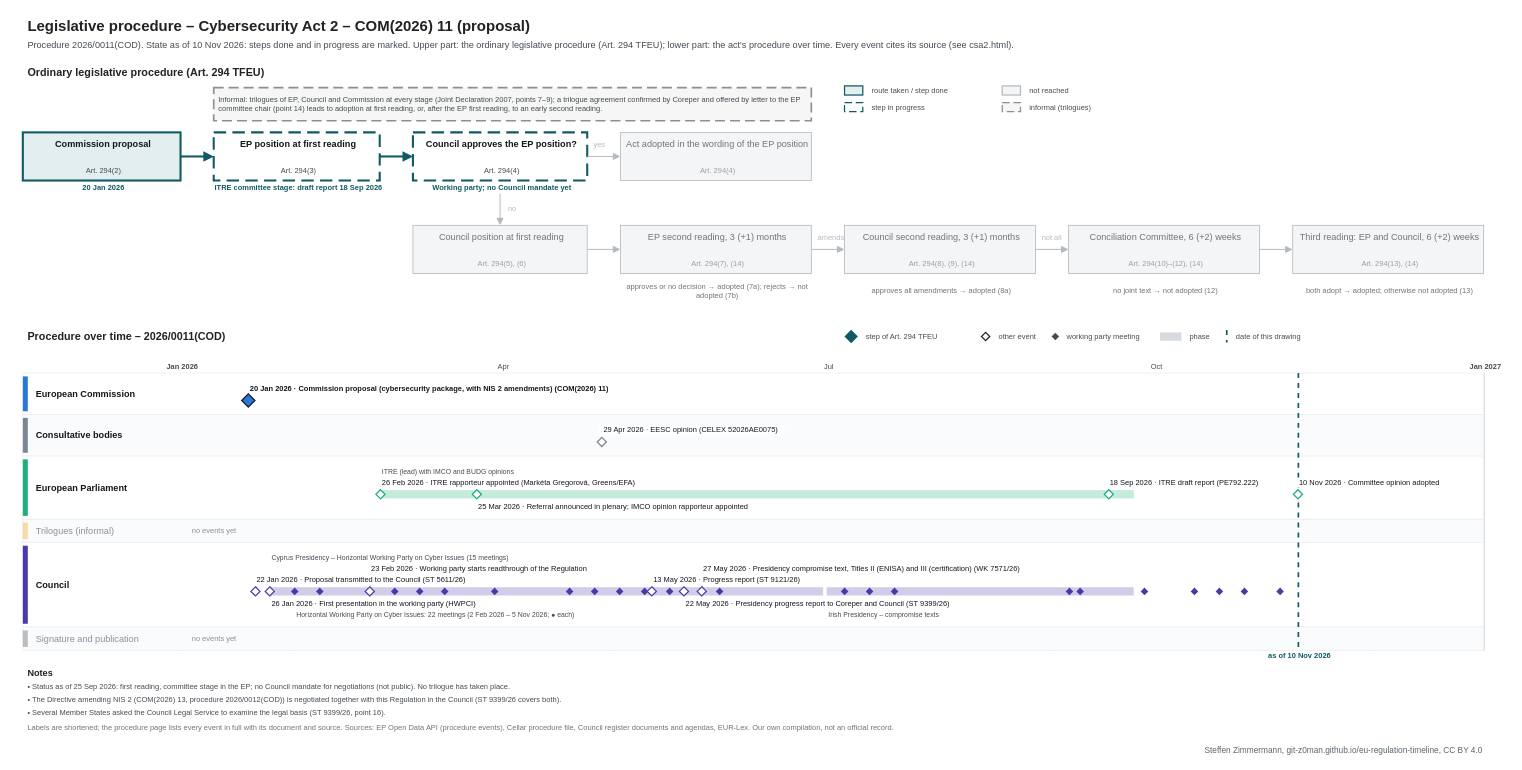
git-z0man/eu-regulation-timeline keeps this draw.io diagram as procedures/csa2.drawio. Above is the earlier version. Source tidied: cells renumbered, new cells numbered last; positions are measured from the earlier drawing's top-left corner, leaving out a move shared by most shapes. Both pictures are drawn from the tidied source at 83%, with x=0, y=0 at pixel (14, 14).
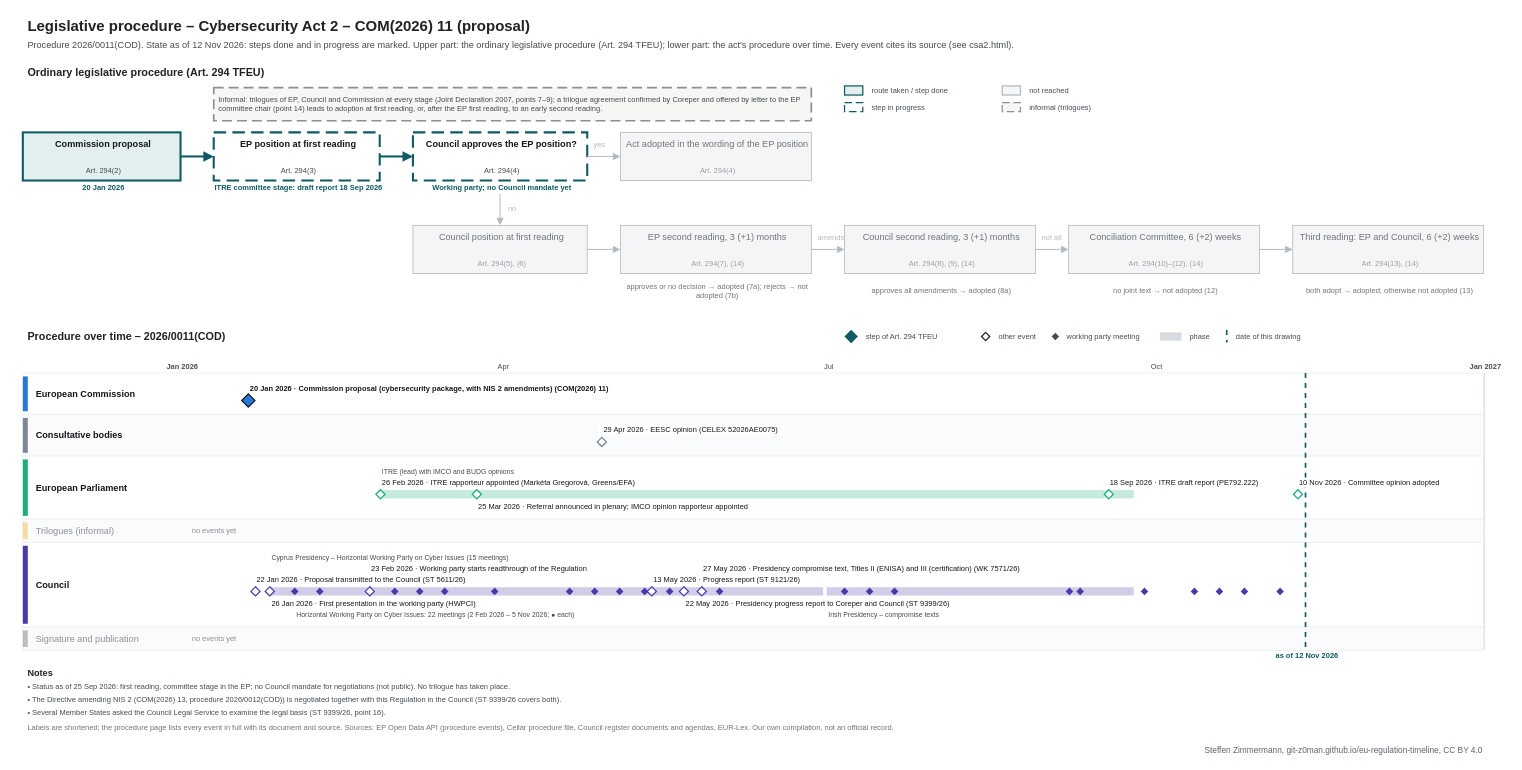
The same page after the edit.

What changed in the source:
```diff
@@
-    <mxCell id="3" value="Procedure 2026/0011(COD). State as of 10 Nov 2026: steps done and in progress are marked. Upper part: the ordinary legislative procedure (Art. 294 TFEU); lower part: the act's procedure over time. Every event cites its source (see csa2.html)." style="text;html=1;fontSize=11;fontColor=#454c53;align=left;verticalAlign=middle;spacingLeft=4;" parent="1" vertex="1">
+    <mxCell id="3" value="Procedure 2026/0011(COD). State as of 12 Nov 2026: steps done and in progress are marked. Upper part: the ordinary legislative procedure (Art. 294 TFEU); lower part: the act's procedure over time. Every event cites its source (see csa2.html)." style="text;html=1;fontSize=11;fontColor=#454c53;align=left;verticalAlign=middle;spacingLeft=4;" parent="1" vertex="1">
       <mxGeometry x="10" y="28" width="1700" height="18" as="geometry" />
     </mxCell>
@@
     <mxCell id="110" style="line;html=1;strokeWidth=2;strokeColor=#0f5a63;direction=south;dashed=1;" parent="1" vertex="1">
-      <mxGeometry x="1546.3" y="432" width="1" height="334" as="geometry" />
+      <mxGeometry x="1554.9" y="432" width="1" height="334" as="geometry" />
     </mxCell>
-    <mxCell id="111" value="as of 10 Nov 2026" style="text;html=1;fontSize=9;fontColor=#0f5a63;align=center;verticalAlign=middle;spacingLeft=4;fontStyle=1;" parent="1" vertex="1">
-      <mxGeometry x="1486.3" y="767" width="120" height="12" as="geometry" />
+    <mxCell id="111" value="as of 12 Nov 2026" style="text;html=1;fontSize=9;fontColor=#0f5a63;align=center;verticalAlign=middle;spacingLeft=4;fontStyle=1;" parent="1" vertex="1">
+      <mxGeometry x="1494.9" y="767" width="120" height="12" as="geometry" />
     </mxCell>
```
